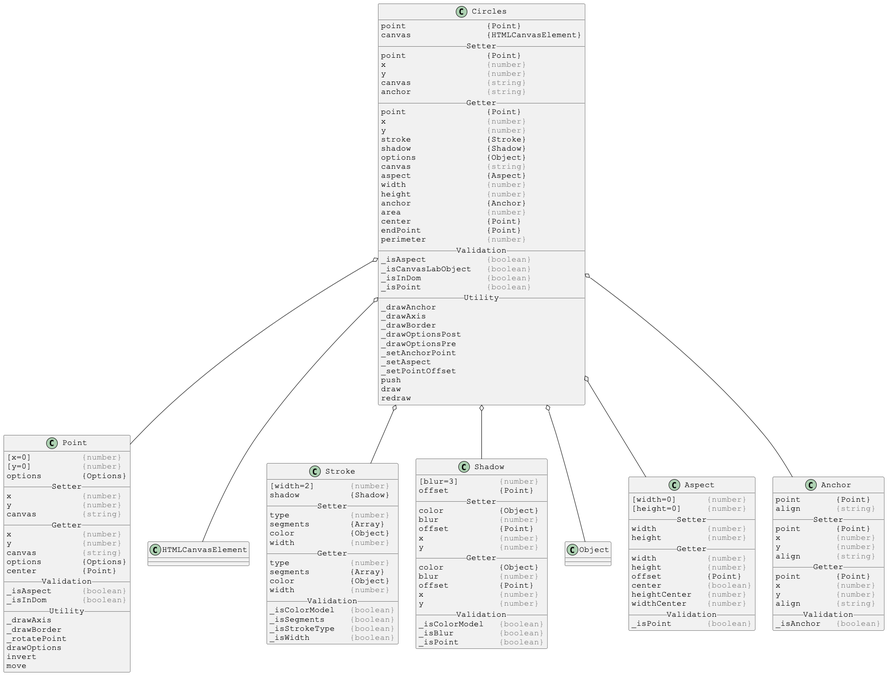
Earlier version of the PlantUML export docs/PlantUml/image/linked/Circles-linked.png (Justin-Byrne/canvasLab). Source of this version:
```plantuml
@startuml

skinparam DefaultFontSize 16
skinparam DefaultFontName Courier New

class Circles {
point                {Point}
canvas               {HTMLCanvasElement}
__ Setter __
point                {Point}
x                    <color:gray>{number}</color>
y                    <color:gray>{number}</color>
canvas               <color:gray>{string}</color>
anchor               <color:gray>{string}</color>
__ Getter __
point                {Point}
x                    <color:gray>{number}</color>
y                    <color:gray>{number}</color>
stroke               {Stroke}
shadow               {Shadow}
options              {Object}
canvas               <color:gray>{string}</color>
aspect               {Aspect}
width                <color:gray>{number}</color>
height               <color:gray>{number}</color>
anchor               {Anchor}
area                 <color:gray>{number}</color>
center               {Point}
endPoint             {Point}
perimeter            <color:gray>{number}</color>
__ Validation __
_isAspect            <color:gray>{boolean}</color>
_isCanvasLabObject   <color:gray>{boolean}</color>
_isInDom             <color:gray>{boolean}</color>
_isPoint             <color:gray>{boolean}</color>
__ Utility __
_drawAnchor
_drawAxis
_drawBorder
_drawOptionsPost
_drawOptionsPre
_setAnchorPoint
_setAspect
_setPointOffset
push
draw
redraw
}

Circles o-- Point
Circles o-- HTMLCanvasElement
Circles o-- Stroke
Circles o-- Shadow
Circles o-- Object
Circles o-- Aspect
Circles o-- Anchor



skinparam DefaultFontSize 16
skinparam DefaultFontName Courier New

class Point {
[x=0]          <color:gray>{number}</color>
[y=0]          <color:gray>{number}</color>
options        {Options}
__ Setter __
x              <color:gray>{number}</color>
y              <color:gray>{number}</color>
canvas         <color:gray>{string}</color>
__ Getter __
x              <color:gray>{number}</color>
y              <color:gray>{number}</color>
canvas         <color:gray>{string}</color>
options        {Options}
center         {Point}
__ Validation __
_isAspect      <color:gray>{boolean}</color>
_isInDom       <color:gray>{boolean}</color>
__ Utility __
_drawAxis
_drawBorder
_rotatePoint
drawOptions
invert
move
}



skinparam DefaultFontSize 16
skinparam DefaultFontName Courier New

class Stroke {
[width=2]       <color:gray>{number}</color>
shadow          {Shadow}
__ Setter __
type            <color:gray>{number}</color>
segments        {Array}
color           {Object}
width           <color:gray>{number}</color>
__ Getter __
type            <color:gray>{number}</color>
segments        {Array}
color           {Object}
width           <color:gray>{number}</color>
__ Validation __
_isColorModel   <color:gray>{boolean}</color>
_isSegments     <color:gray>{boolean}</color>
_isStrokeType   <color:gray>{boolean}</color>
_isWidth        <color:gray>{boolean}</color>
}



skinparam DefaultFontSize 16
skinparam DefaultFontName Courier New

class Shadow {
[blur=3]        <color:gray>{number}</color>
offset          {Point}
__ Setter __
color           {Object}
blur            <color:gray>{number}</color>
offset          {Point}
x               <color:gray>{number}</color>
y               <color:gray>{number}</color>
__ Getter __
color           {Object}
blur            <color:gray>{number}</color>
offset          {Point}
x               <color:gray>{number}</color>
y               <color:gray>{number}</color>
__ Validation __
_isColorModel   <color:gray>{boolean}</color>
_isBlur         <color:gray>{boolean}</color>
_isPoint        <color:gray>{boolean}</color>
}



skinparam DefaultFontSize 16
skinparam DefaultFontName Courier New

class Aspect {
[width=0]      <color:gray>{number}</color>
[height=0]     <color:gray>{number}</color>
__ Setter __
width          <color:gray>{number}</color>
height         <color:gray>{number}</color>
__ Getter __
width          <color:gray>{number}</color>
height         <color:gray>{number}</color>
offset         {Point}
center         <color:gray>{boolean}</color>
heightCenter   <color:gray>{number}</color>
widthCenter    <color:gray>{number}</color>
__ Validation __
_isPoint       <color:gray>{boolean}</color>
}



skinparam DefaultFontSize 16
skinparam DefaultFontName Courier New

class Anchor {
point       {Point}
align       <color:gray>{string}</color>
__ Setter __
point       {Point}
x           <color:gray>{number}</color>
y           <color:gray>{number}</color>
align       <color:gray>{string}</color>
__ Getter __
point       {Point}
x           <color:gray>{number}</color>
y           <color:gray>{number}</color>
align       <color:gray>{string}</color>
__ Validation __
_isAnchor   <color:gray>{boolean}</color>
}

@enduml
```
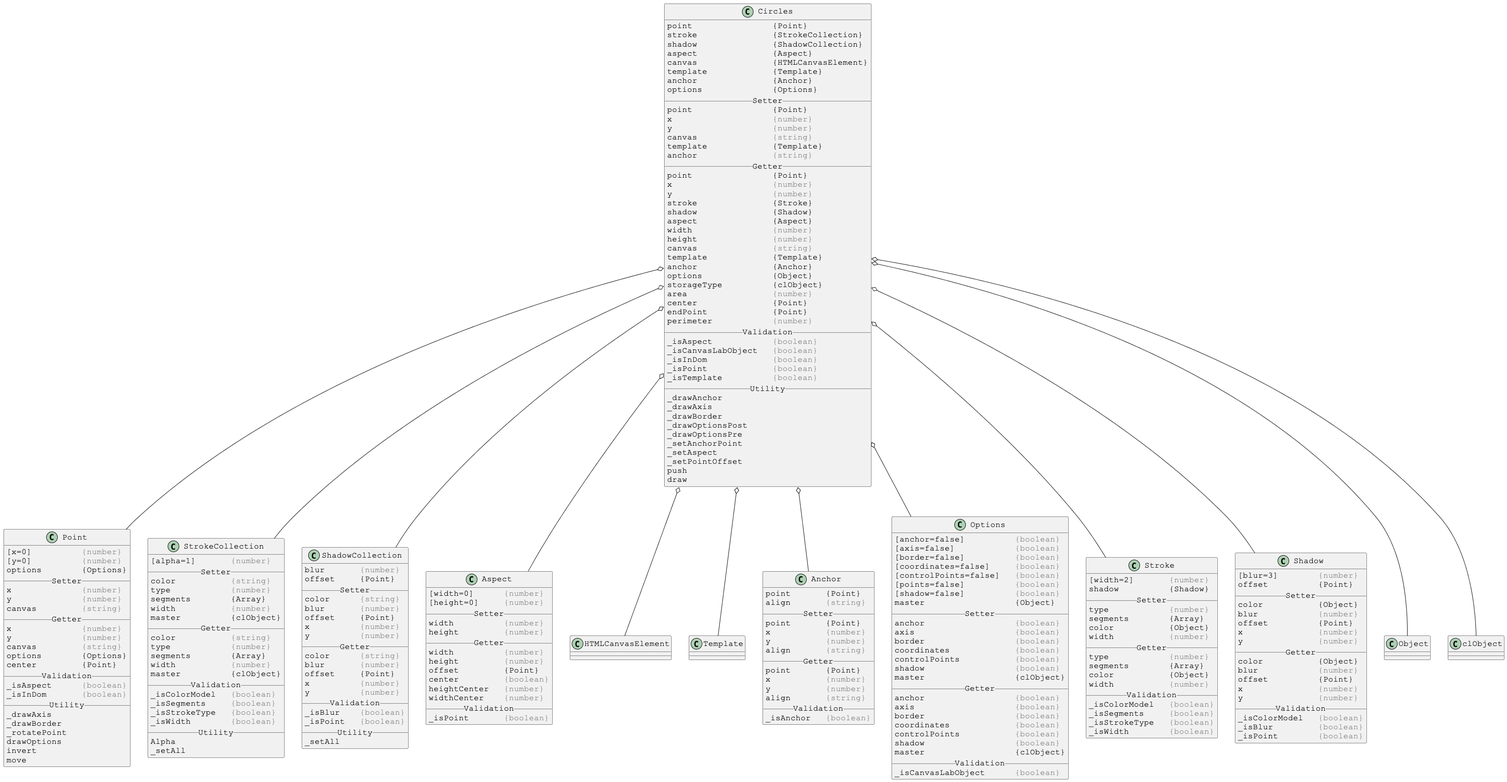
After the change.

What changed in the source:
```diff
@@ -5,12 +5,19 @@
 
 class Circles {
 point                {Point}
+stroke               {StrokeCollection}
+shadow               {ShadowCollection}
+aspect               {Aspect}
 canvas               {HTMLCanvasElement}
+template             {Template}
+anchor               {Anchor}
+options              {Options}
 __ Setter __
 point                {Point}
 x                    <color:gray>{number}</color>
 y                    <color:gray>{number}</color>
 canvas               <color:gray>{string}</color>
+template             {Template}
 anchor               <color:gray>{string}</color>
 __ Getter __
 point                {Point}
@@ -18,12 +25,14 @@
 y                    <color:gray>{number}</color>
 stroke               {Stroke}
 shadow               {Shadow}
-options              {Object}
-canvas               <color:gray>{string}</color>
 aspect               {Aspect}
 width                <color:gray>{number}</color>
 height               <color:gray>{number}</color>
+canvas               <color:gray>{string}</color>
+template             {Template}
 anchor               {Anchor}
+options              {Object}
+storageType          {clObject}
 area                 <color:gray>{number}</color>
 center               {Point}
 endPoint             {Point}
@@ -33,6 +42,7 @@
 _isCanvasLabObject   <color:gray>{boolean}</color>
 _isInDom             <color:gray>{boolean}</color>
 _isPoint             <color:gray>{boolean}</color>
+_isTemplate          <color:gray>{boolean}</color>
 __ Utility __
 _drawAnchor
 _drawAxis
@@ -44,16 +54,20 @@
 _setPointOffset
 push
 draw
-redraw
 }
 
 Circles o-- Point
+Circles o-- StrokeCollection
+Circles o-- ShadowCollection
+Circles o-- Aspect
 Circles o-- HTMLCanvasElement
+Circles o-- Template
+Circles o-- Anchor
+Circles o-- Options
 Circles o-- Stroke
 Circles o-- Shadow
 Circles o-- Object
-Circles o-- Aspect
-Circles o-- Anchor
+Circles o-- clObject
 
 
 
@@ -84,6 +98,140 @@
 drawOptions
 invert
 move
+}
+
+
+
+skinparam DefaultFontSize 16
+skinparam DefaultFontName Courier New
+
+class StrokeCollection {
+[alpha=1]       <color:gray>{number}</color>
+__ Setter __
+color           <color:gray>{string}</color>
+type            <color:gray>{number}</color>
+segments        {Array}
+width           <color:gray>{number}</color>
+master          {clObject}
+__ Getter __
+color           <color:gray>{string}</color>
+type            <color:gray>{number}</color>
+segments        {Array}
+width           <color:gray>{number}</color>
+master          {clObject}
+__ Validation __
+_isColorModel   <color:gray>{boolean}</color>
+_isSegments     <color:gray>{boolean}</color>
+_isStrokeType   <color:gray>{boolean}</color>
+_isWidth        <color:gray>{boolean}</color>
+__ Utility __
+Alpha
+_setAll
+}
+
+
+
+skinparam DefaultFontSize 16
+skinparam DefaultFontName Courier New
+
+class ShadowCollection {
+blur       <color:gray>{number}</color>
+offset     {Point}
+__ Setter __
+color      <color:gray>{string}</color>
+blur       <color:gray>{number}</color>
+offset     {Point}
+x          <color:gray>{number}</color>
+y          <color:gray>{number}</color>
+__ Getter __
+color      <color:gray>{string}</color>
+blur       <color:gray>{number}</color>
+offset     {Point}
+x          <color:gray>{number}</color>
+y          <color:gray>{number}</color>
+__ Validation __
+_isBlur    <color:gray>{boolean}</color>
+_isPoint   <color:gray>{boolean}</color>
+__ Utility __
+_setAll
+}
+
+
+
+skinparam DefaultFontSize 16
+skinparam DefaultFontName Courier New
+
+class Aspect {
+[width=0]      <color:gray>{number}</color>
+[height=0]     <color:gray>{number}</color>
+__ Setter __
+width          <color:gray>{number}</color>
+height         <color:gray>{number}</color>
+__ Getter __
+width          <color:gray>{number}</color>
+height         <color:gray>{number}</color>
+offset         {Point}
+center         <color:gray>{boolean}</color>
+heightCenter   <color:gray>{number}</color>
+widthCenter    <color:gray>{number}</color>
+__ Validation __
+_isPoint       <color:gray>{boolean}</color>
+}
+
+
+
+skinparam DefaultFontSize 16
+skinparam DefaultFontName Courier New
+
+class Anchor {
+point       {Point}
+align       <color:gray>{string}</color>
+__ Setter __
+point       {Point}
+x           <color:gray>{number}</color>
+y           <color:gray>{number}</color>
+align       <color:gray>{string}</color>
+__ Getter __
+point       {Point}
+x           <color:gray>{number}</color>
+y           <color:gray>{number}</color>
+align       <color:gray>{string}</color>
+__ Validation __
+_isAnchor   <color:gray>{boolean}</color>
+}
+
+
+
+skinparam DefaultFontSize 16
+skinparam DefaultFontName Courier New
+
+class Options {
+[anchor=false]          <color:gray>{boolean}</color>
+[axis=false]            <color:gray>{boolean}</color>
+[border=false]          <color:gray>{boolean}</color>
+[coordinates=false]     <color:gray>{boolean}</color>
+[controlPoints=false]   <color:gray>{boolean}</color>
+[points=false]          <color:gray>{boolean}</color>
+[shadow=false]          <color:gray>{boolean}</color>
+master                  {Object}
+__ Setter __
+anchor                  <color:gray>{boolean}</color>
+axis                    <color:gray>{boolean}</color>
+border                  <color:gray>{boolean}</color>
+coordinates             <color:gray>{boolean}</color>
+controlPoints           <color:gray>{boolean}</color>
+shadow                  <color:gray>{boolean}</color>
+master                  {clObject}
+__ Getter __
+anchor                  <color:gray>{boolean}</color>
+axis                    <color:gray>{boolean}</color>
+border                  <color:gray>{boolean}</color>
+coordinates             <color:gray>{boolean}</color>
+controlPoints           <color:gray>{boolean}</color>
+shadow                  <color:gray>{boolean}</color>
+master                  {clObject}
+__ Validation __
+_isCanvasLabObject      <color:gray>{boolean}</color>
 }
 
 
@@ -137,48 +285,4 @@
 _isPoint        <color:gray>{boolean}</color>
 }
 
-
-
-skinparam DefaultFontSize 16
-skinparam DefaultFontName Courier New
-
-class Aspect {
-[width=0]      <color:gray>{number}</color>
-[height=0]     <color:gray>{number}</color>
-__ Setter __
-width          <color:gray>{number}</color>
-height         <color:gray>{number}</color>
-__ Getter __
-width          <color:gray>{number}</color>
-height         <color:gray>{number}</color>
-offset         {Point}
-center         <color:gray>{boolean}</color>
-heightCenter   <color:gray>{number}</color>
-widthCenter    <color:gray>{number}</color>
-__ Validation __
-_isPoint       <color:gray>{boolean}</color>
-}
-
-
-
-skinparam DefaultFontSize 16
-skinparam DefaultFontName Courier New
-
-class Anchor {
-point       {Point}
-align       <color:gray>{string}</color>
-__ Setter __
-point       {Point}
-x           <color:gray>{number}</color>
-y           <color:gray>{number}</color>
-align       <color:gray>{string}</color>
-__ Getter __
-point       {Point}
-x           <color:gray>{number}</color>
-y           <color:gray>{number}</color>
-align       <color:gray>{string}</color>
-__ Validation __
-_isAnchor   <color:gray>{boolean}</color>
-}
-
 @enduml
```
